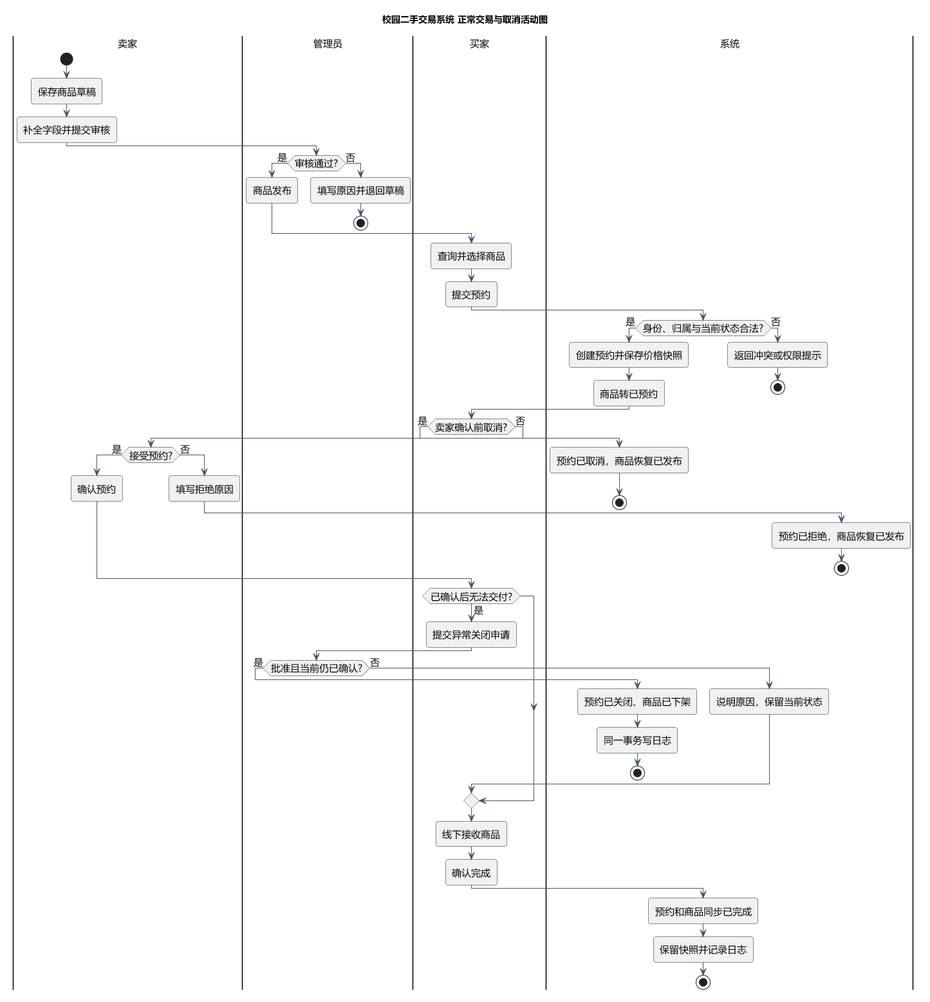
ghost-register/software-engineering-lab1 keeps this PlantUML diagram as lab2/UML/UML活动图.png. Above is the earlier version.
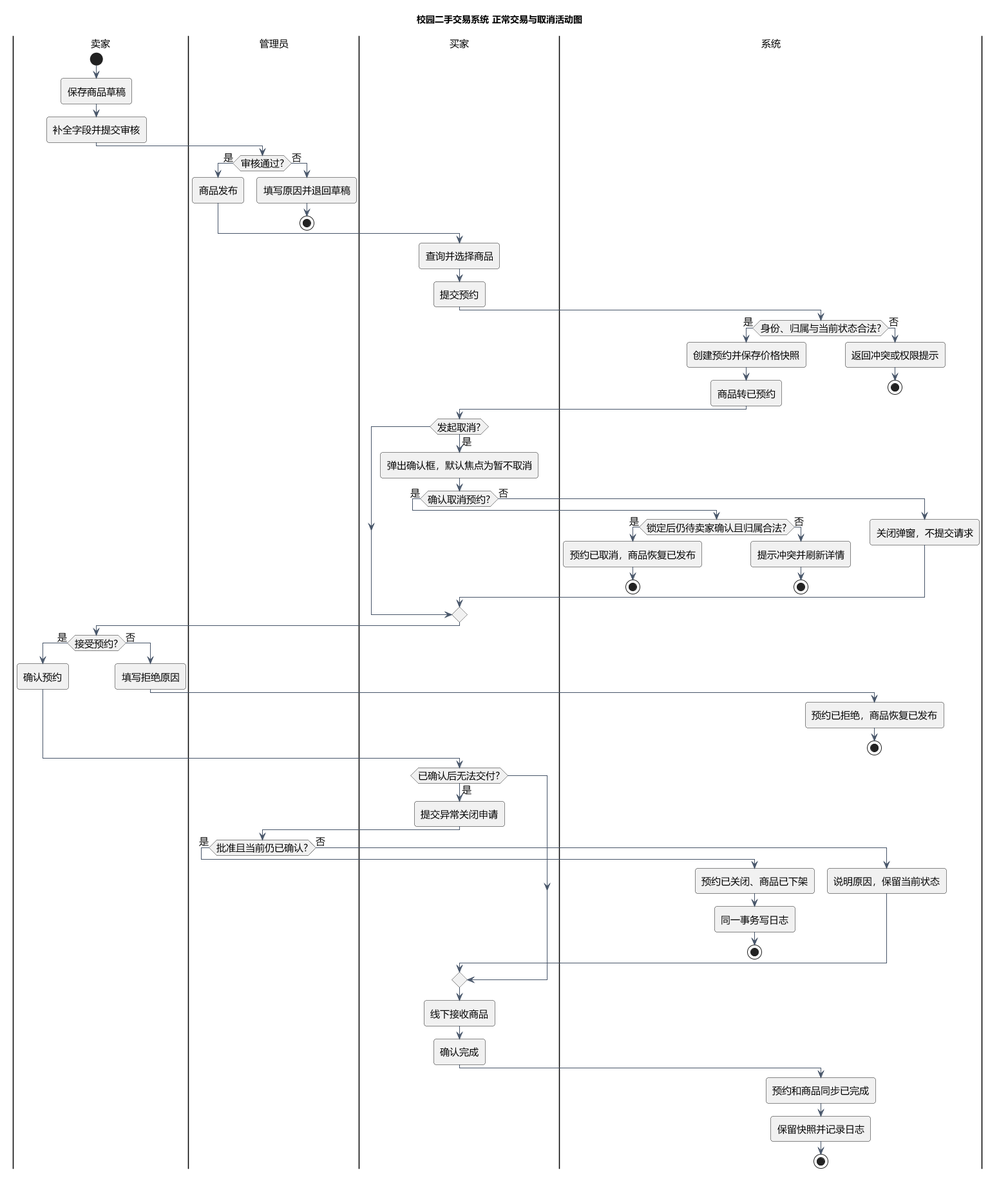
The same diagram one commit later.

The edit, as a diff of the source:
```diff
@@ -33,20 +33,29 @@
  stop
 endif
 |买家|
-if (卖家确认前取消?) then (是)
+if (发起取消?) then (是)
+ :弹出确认框，默认焦点为暂不取消;
+ if (确认取消预约?) then (是)
+  |系统|
+  if (锁定后仍待卖家确认且归属合法?) then (是)
+   :预约已取消，商品恢复已发布;
+   stop
+  else (否)
+   :提示冲突并刷新详情;
+   stop
+  endif
+ else (否)
+  :关闭弹窗，不提交请求;
+ endif
+endif
+|卖家|
+if (接受预约?) then (是)
+ :确认预约;
+else (否)
+ :填写拒绝原因;
  |系统|
- :预约已取消，商品恢复已发布;
+ :预约已拒绝，商品恢复已发布;
  stop
-else (否)
- |卖家|
- if (接受预约?) then (是)
-  :确认预约;
- else (否)
-  :填写拒绝原因;
-  |系统|
-  :预约已拒绝，商品恢复已发布;
-  stop
- endif
 endif
 |买家|
 if (已确认后无法交付?) then (是)
```
